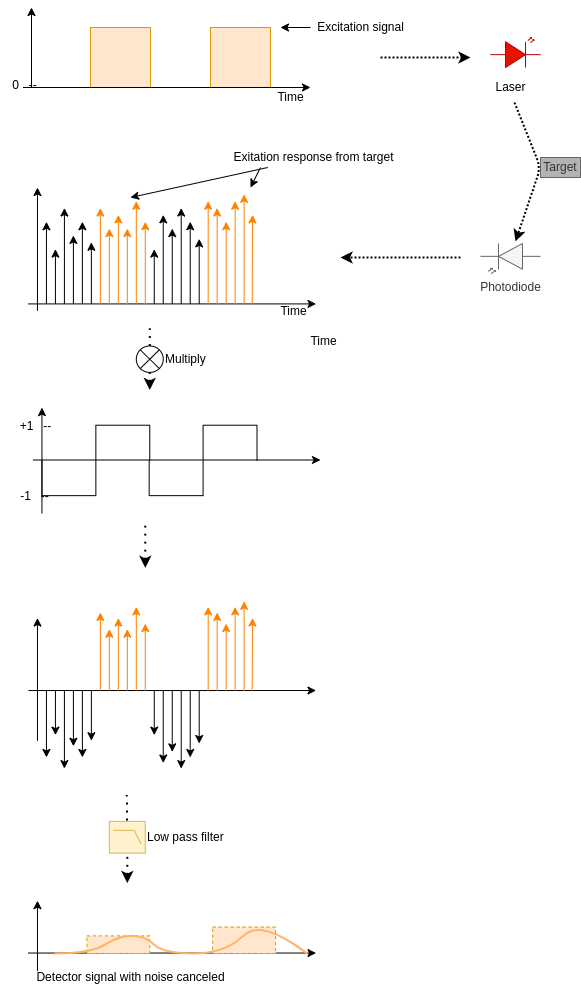
Earlier version of the draw.io export specs/lockin_detector-Signals.drawio.png (Rune75/Arduino_Synchronous_Detector). Source tidied: cells renumbered, new cells last; positions are measured from the earlier drawing's top-left corner, leaving out a move shared by most shapes.
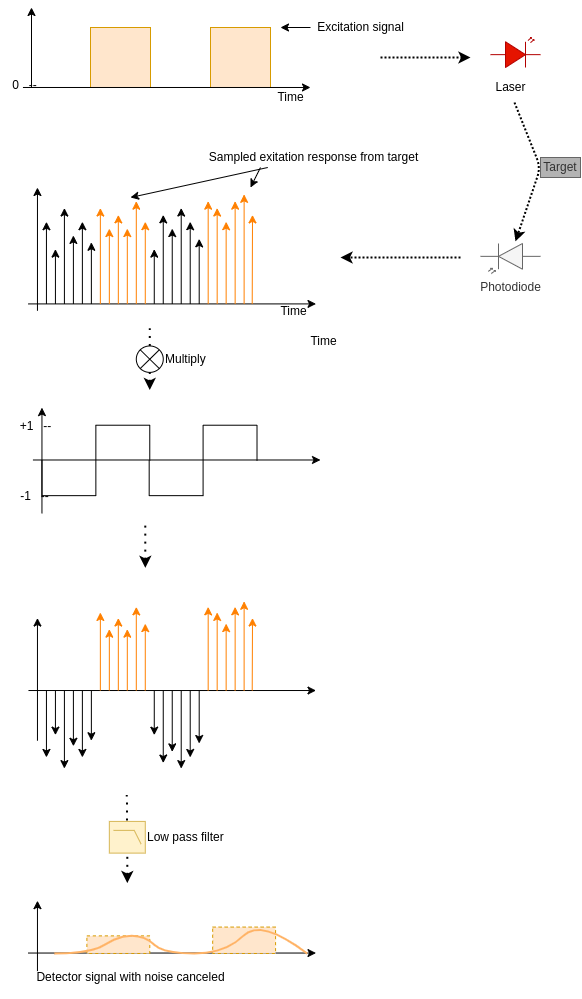
Above is the later version.

The edit, as a diff of the source:
```diff
@@ -510,8 +510,8 @@
     <mxCell id="96" value="Time" style="text;html=1;align=center;verticalAlign=middle;" parent="1" vertex="1">
       <mxGeometry x="303.3" y="324.5" width="40" height="20" as="geometry" />
     </mxCell>
-    <mxCell id="97" value="Exitation response from target" style="text;html=1;align=center;verticalAlign=middle;points=[];" parent="1" vertex="1">
-      <mxGeometry x="223" y="140" width="180" height="20" as="geometry" />
+    <mxCell id="97" value="Sampled exitation response from target" style="text;html=1;align=center;verticalAlign=middle;points=[];" parent="1" vertex="1">
+      <mxGeometry x="198" y="140" width="230" height="20" as="geometry" />
     </mxCell>
     <mxCell id="98" style="endArrow=classic;html=1;" parent="1" edge="1" source="97">
       <mxGeometry relative="1" as="geometry">
```
